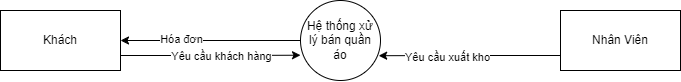
Earlier version of the draw.io export DFD1.png (InfiniteByte1811/branch1). Source tidied: cells renumbered, new cells last; positions are measured from the earlier drawing's top-left corner, leaving out a move shared by most shapes.
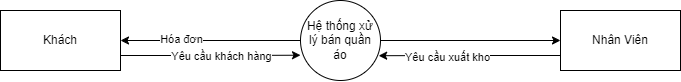
After the commit.

Commit message:
Cập nhật DFD1.png

What changed in the source:
```diff
@@ -8,6 +8,9 @@
     <mxCell id="3" value="Hóa đơn" style="edgeLabel;html=1;align=center;verticalAlign=middle;" parent="2" vertex="1">
       <mxGeometry x="0.33" y="-1" relative="1" as="geometry" />
     </mxCell>
+    <mxCell id="11" style="edgeStyle=orthogonalEdgeStyle;rounded=0;jettySize=auto;html=1;entryX=0;entryY=0.5;entryDx=0;entryDy=0;" parent="1" edge="1" source="4" target="7">
+      <mxGeometry relative="1" as="geometry" />
+    </mxCell>
     <mxCell id="4" value="Hệ thống xử lý bán quần áo" style="ellipse;whiteSpace=wrap;html=1;" parent="1" vertex="1">
       <mxGeometry x="300" width="80" height="80" as="geometry" />
     </mxCell>
```
